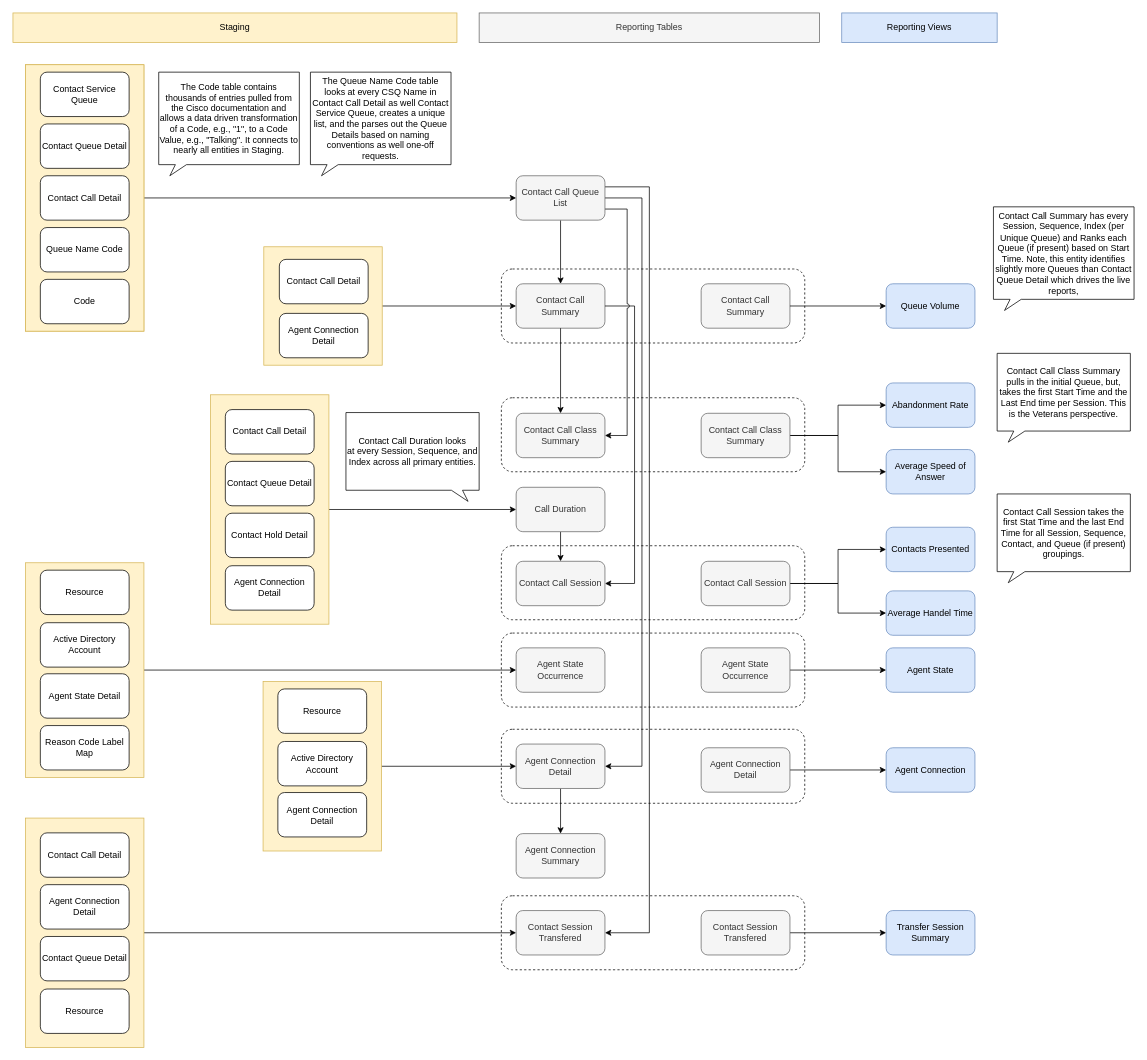
Above: Department of Veteran Affairs/Data Lineage.drawio in dataacumen/da-architectural-diagrams (draw.io), before the change. Source tidied: cells renumbered, new cells numbered last; positions are measured from the earlier drawing's top-left corner, leaving out a move shared by most shapes. Both pictures are drawn from the tidied source at 74%, with x=0, y=0 at pixel (13, 13).
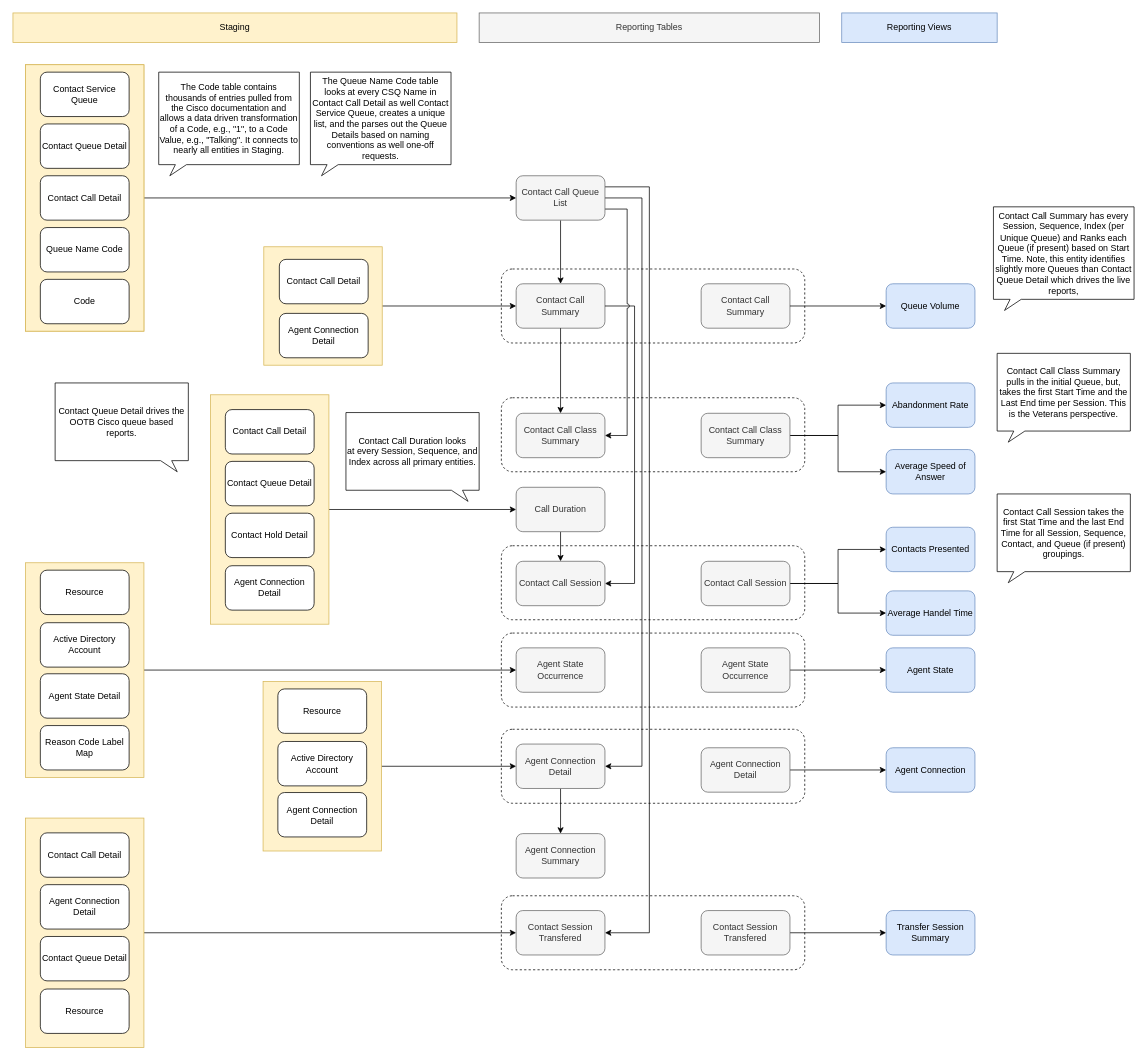
The same page after the edit.

Diff of the diagram source:
```diff
@@
+    <mxCell id="98" value="Contact Queue Detail drives the OOTB Cisco queue based reports." style="whiteSpace=wrap;html=1;shape=mxgraph.basic.rectCallout;dx=30;dy=15;boundedLbl=1;flipH=1;" parent="1" vertex="1">
+      <mxGeometry x="57" y="500" width="180" height="120" as="geometry" />
+    </mxCell>
```
